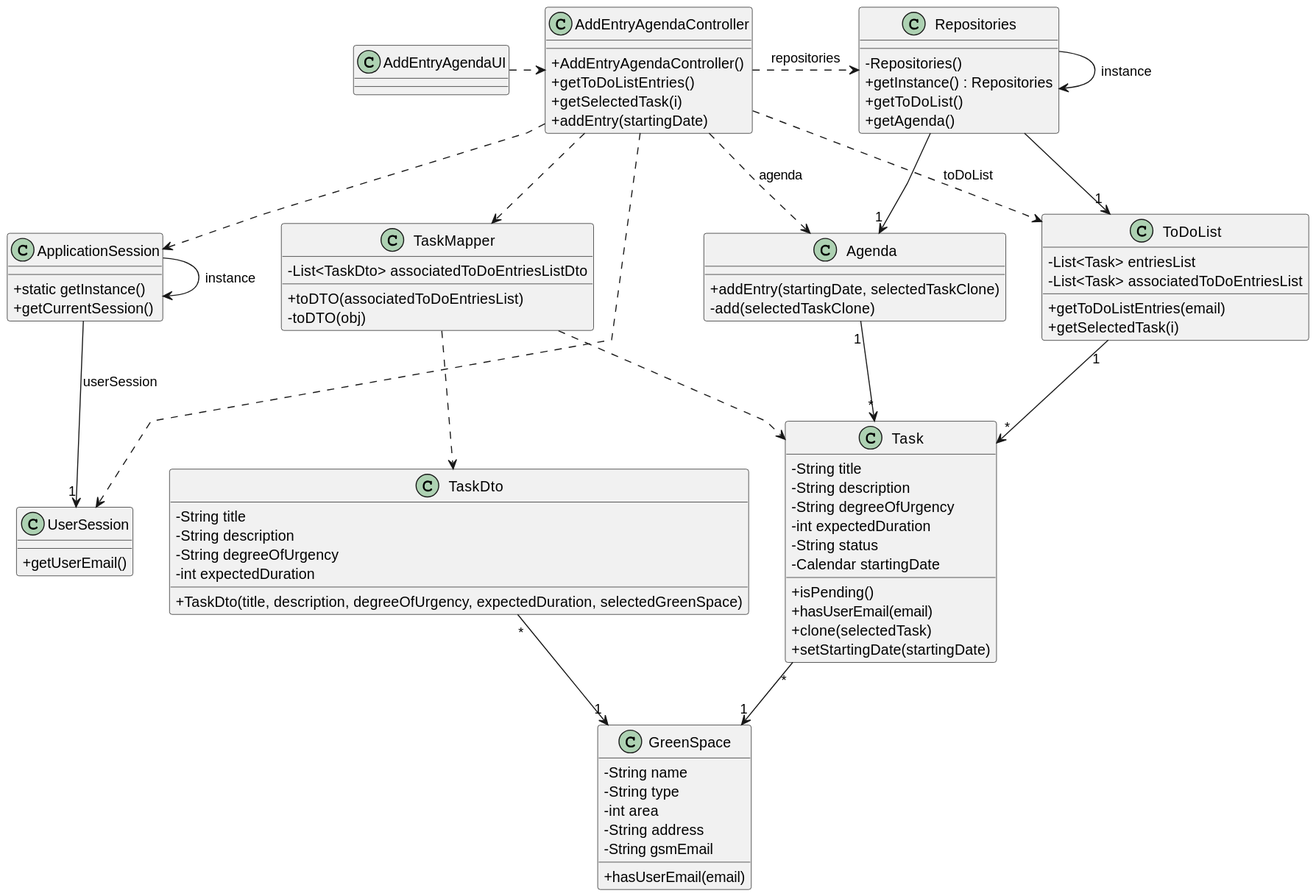
Earlier version of the PlantUML export docs/sprintC/us022/03.design/svg/us022-class-diagram.svg (Departamento-de-Engenharia-Informatica/lei-24-s2-1dm-g132).
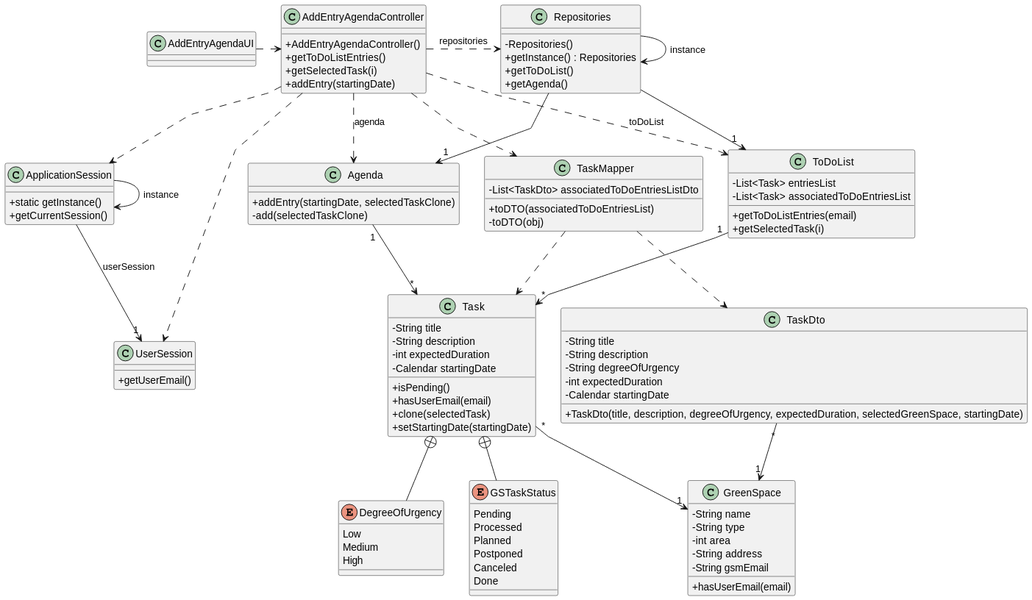
Later version of the same file.

Commit message:
US21 and 22 validation changes in GSTask class

Change to the diagram source:
```diff
@@ -69,16 +69,15 @@
     - String description
     - String degreeOfUrgency
     - int expectedDuration
-    + TaskDto(title, description, degreeOfUrgency, expectedDuration, selectedGreenSpace)
+    - Calendar startingDate
+    + TaskDto(title, description, degreeOfUrgency, expectedDuration, selectedGreenSpace, startingDate)
 }
 
 class Task
 {
     - String title
     - String description
-    - String degreeOfUrgency
     - int expectedDuration
-    - String status
     - Calendar startingDate
     + isPending()
     + hasUserEmail(email)
@@ -86,11 +85,31 @@
     + setStartingDate(startingDate)
 }
 
+enum DegreeOfUrgency
+{
+    Low
+    Medium
+    High
+}
+
+enum GSTaskStatus
+{
+    Pending
+    Processed
+    Planned
+    Postponed
+    Canceled
+    Done
+}
+
 class Agenda
 {
     + addEntry(startingDate, selectedTaskClone)
     - add(selectedTaskClone)
 }
+
+Task +-- DegreeOfUrgency
+Task +-- GSTaskStatus
 
 Repositories -> Repositories : instance
 ApplicationSession -> ApplicationSession : instance
```
